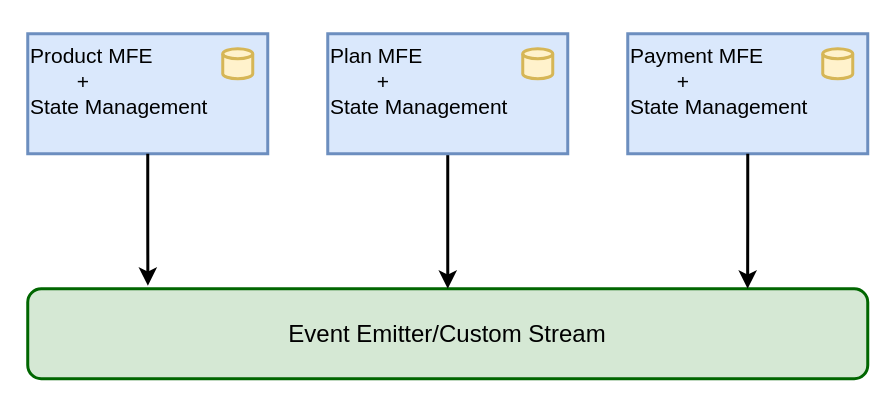
Earlier version of the draw.io diagram page "Page-1" (1 of 7) of src/Untitled Diagram.drawio (vnshtiwari/root-config). Source tidied: cells renumbered, new cells numbered last; positions are measured from the earlier drawing's top-left corner, leaving out a move shared by most shapes. Both pictures are drawn from the tidied source at 150%, with x=0, y=0 at pixel (27, 33).
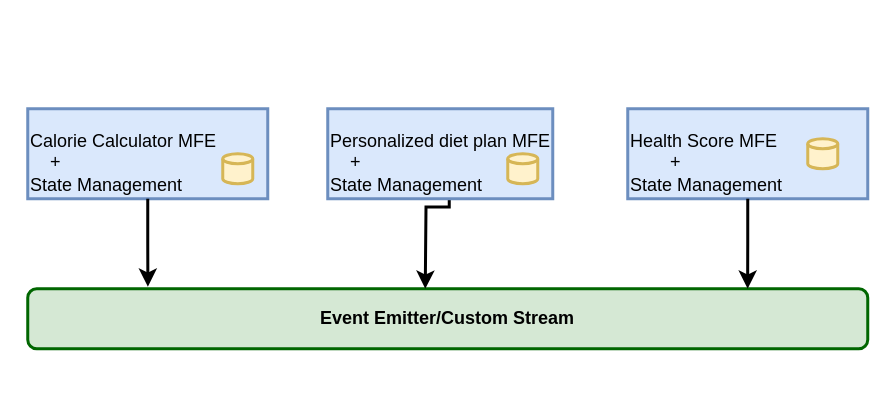
The same diagram, later.

Diff of the diagram source:
```diff
@@
 <mxGraphModel>
   <root>
     <mxCell id="0" />
     <mxCell id="1" parent="0" />
-    <mxCell id="2" value="&lt;font style=&quot;font-size: 16px;&quot;&gt;Event Emitter/Custom Stream&lt;/font&gt;" style="rounded=1;whiteSpace=wrap;html=1;fillColor=#d5e8d4;strokeColor=#006600;strokeWidth=2;" parent="1" vertex="1">
-      <mxGeometry y="170" width="560" height="60" as="geometry" />
+    <mxCell id="2" value="&lt;font style=&quot;font-size: 12px;&quot;&gt;&lt;b&gt;Event Emitter/Custom Stream&lt;/b&gt;&lt;/font&gt;" style="rounded=1;whiteSpace=wrap;html=1;fillColor=#d5e8d4;strokeColor=#006600;strokeWidth=2;" parent="1" vertex="1">
+      <mxGeometry y="170" width="560" height="40" as="geometry" />
     </mxCell>
-    <mxCell id="3" value="&lt;p&gt;&lt;/p&gt;&lt;div style=&quot;&quot;&gt;&lt;span style=&quot;font-size: 14px; background-color: initial;&quot;&gt;Product MFE&lt;/span&gt;&lt;/div&gt;&lt;font style=&quot;font-size: 14px;&quot;&gt;&lt;div style=&quot;&quot;&gt;&lt;span style=&quot;background-color: initial; white-space: pre;&quot;&gt;&#9;&lt;/span&gt;&lt;span style=&quot;background-color: initial;&quot;&gt;+&lt;/span&gt;&lt;/div&gt;&lt;div style=&quot;&quot;&gt;&lt;span style=&quot;background-color: initial;&quot;&gt;State Management&lt;/span&gt;&lt;/div&gt;&lt;/font&gt;&lt;p&gt;&lt;/p&gt;&lt;font style=&quot;&quot;&gt;&lt;div style=&quot;font-size: 14px;&quot;&gt;&lt;br&gt;&lt;/div&gt;&lt;/font&gt;" style="rounded=0;whiteSpace=wrap;html=1;strokeWidth=2;align=left;fillColor=#dae8fc;strokeColor=#6c8ebf;" parent="1" vertex="1">
-      <mxGeometry width="160" height="80" as="geometry" />
+    <mxCell id="3" value="&lt;p&gt;&lt;/p&gt;&lt;div style=&quot;&quot;&gt;Calorie Calculator MFE&lt;br&gt;&lt;/div&gt;&lt;font style=&quot;font-size: 12px;&quot;&gt;&lt;div style=&quot;&quot;&gt;&lt;span style=&quot;background-color: initial;&quot;&gt;&lt;span style=&quot;white-space: pre;&quot;&gt;&amp;nbsp;&amp;nbsp;&amp;nbsp;&amp;nbsp;&lt;/span&gt;&lt;/span&gt;&lt;span style=&quot;background-color: initial;&quot;&gt;+&lt;/span&gt;&lt;/div&gt;&lt;div style=&quot;&quot;&gt;&lt;span style=&quot;background-color: initial;&quot;&gt;State Management&lt;/span&gt;&lt;/div&gt;&lt;/font&gt;" style="rounded=0;whiteSpace=wrap;html=1;strokeWidth=2;align=left;fillColor=#dae8fc;strokeColor=#6c8ebf;" parent="1" vertex="1">
+      <mxGeometry y="50" width="160" height="60" as="geometry" />
     </mxCell>
     <mxCell id="4" style="strokeWidth=2;html=1;shape=mxgraph.flowchart.database;whiteSpace=wrap;fillColor=#fff2cc;strokeColor=#d6b656;" parent="1" vertex="1">
-      <mxGeometry x="130" y="10" width="20" height="20" as="geometry" />
+      <mxGeometry x="130" y="80" width="20" height="20" as="geometry" />
     </mxCell>
-    <mxCell id="5" style="edgeStyle=orthogonalEdgeStyle;rounded=0;jettySize=auto;html=1;entryX=0.5;entryY=0;entryDx=0;entryDy=0;strokeWidth=2;" parent="1" edge="1" source="6" target="2">
-      <mxGeometry relative="1" as="geometry" />
+    <mxCell id="5" style="edgeStyle=orthogonalEdgeStyle;rounded=0;orthogonalLoop=1;jettySize=auto;html=1;entryX=0.5;entryY=0;entryDx=0;entryDy=0;strokeWidth=2;" parent="1" edge="1">
+      <mxGeometry relative="1" as="geometry">
+        <mxPoint x="260" y="60" as="sourcePoint" />
+        <mxPoint x="265" y="170" as="targetPoint" />
+      </mxGeometry>
     </mxCell>
-    <mxCell id="6" value="&lt;p&gt;&lt;/p&gt;&lt;div style=&quot;&quot;&gt;&lt;span style=&quot;font-size: 14px; background-color: initial;&quot;&gt;Plan MFE&lt;/span&gt;&lt;/div&gt;&lt;font style=&quot;font-size: 14px;&quot;&gt;&lt;div style=&quot;&quot;&gt;&lt;span style=&quot;background-color: initial; white-space: pre;&quot;&gt;&#9;&lt;/span&gt;&lt;span style=&quot;background-color: initial;&quot;&gt;+&lt;/span&gt;&lt;/div&gt;&lt;div style=&quot;&quot;&gt;&lt;span style=&quot;background-color: initial;&quot;&gt;State Management&lt;/span&gt;&lt;/div&gt;&lt;/font&gt;&lt;p&gt;&lt;/p&gt;&lt;font style=&quot;&quot;&gt;&lt;div style=&quot;font-size: 14px;&quot;&gt;&lt;br&gt;&lt;/div&gt;&lt;/font&gt;" style="rounded=0;whiteSpace=wrap;html=1;strokeWidth=2;align=left;fillColor=#dae8fc;strokeColor=#6c8ebf;" parent="1" vertex="1">
-      <mxGeometry x="200" width="160" height="80" as="geometry" />
+    <mxCell id="6" value="&lt;p&gt;&lt;/p&gt;&lt;div style=&quot;&quot;&gt;&lt;/div&gt;&lt;font style=&quot;font-size: 12px;&quot;&gt;Personalized diet plan MFE&lt;br&gt;&lt;/font&gt;&lt;font style=&quot;font-size: 12px;&quot;&gt;&lt;div style=&quot;&quot;&gt;&lt;span style=&quot;background-color: initial;&quot;&gt;&lt;span style=&quot;white-space: pre;&quot;&gt;&amp;nbsp;&amp;nbsp;&amp;nbsp;&amp;nbsp;&lt;/span&gt;&lt;/span&gt;&lt;span style=&quot;background-color: initial;&quot;&gt;+&lt;/span&gt;&lt;/div&gt;&lt;div style=&quot;&quot;&gt;&lt;span style=&quot;background-color: initial;&quot;&gt;&lt;font style=&quot;font-size: 12px;&quot;&gt;State Management&lt;/font&gt;&lt;/span&gt;&lt;/div&gt;&lt;/font&gt;" style="rounded=0;whiteSpace=wrap;html=1;strokeWidth=2;align=left;fillColor=#dae8fc;strokeColor=#6c8ebf;" parent="1" vertex="1">
+      <mxGeometry x="200" y="50" width="150" height="60" as="geometry" />
     </mxCell>
-    <mxCell id="7" value="&lt;p&gt;&lt;/p&gt;&lt;div style=&quot;&quot;&gt;&lt;span style=&quot;font-size: 14px; background-color: initial;&quot;&gt;Payment MFE&lt;/span&gt;&lt;/div&gt;&lt;font style=&quot;font-size: 14px;&quot;&gt;&lt;div style=&quot;&quot;&gt;&lt;span style=&quot;background-color: initial; white-space: pre;&quot;&gt;&#9;&lt;/span&gt;&lt;span style=&quot;background-color: initial;&quot;&gt;+&lt;/span&gt;&lt;/div&gt;&lt;div style=&quot;&quot;&gt;&lt;span style=&quot;background-color: initial;&quot;&gt;State Management&lt;/span&gt;&lt;/div&gt;&lt;/font&gt;&lt;p&gt;&lt;/p&gt;&lt;font style=&quot;&quot;&gt;&lt;div style=&quot;font-size: 14px;&quot;&gt;&lt;br&gt;&lt;/div&gt;&lt;/font&gt;" style="rounded=0;whiteSpace=wrap;html=1;strokeWidth=2;align=left;fillColor=#dae8fc;strokeColor=#6c8ebf;" parent="1" vertex="1">
-      <mxGeometry x="400" width="160" height="80" as="geometry" />
+    <mxCell id="7" value="&lt;p&gt;&lt;/p&gt;&lt;div style=&quot;&quot;&gt;&lt;span style=&quot;background-color: initial;&quot;&gt;&lt;font style=&quot;font-size: 12px;&quot;&gt;Health Score MFE&lt;/font&gt;&lt;/span&gt;&lt;/div&gt;&lt;font style=&quot;font-size: 12px;&quot;&gt;&lt;div style=&quot;font-size: 12px;&quot;&gt;&lt;span style=&quot;background-color: initial; white-space: pre;&quot;&gt;&#9;&lt;/span&gt;&lt;span style=&quot;background-color: initial;&quot;&gt;+&lt;/span&gt;&lt;/div&gt;&lt;div style=&quot;&quot;&gt;&lt;span style=&quot;background-color: initial;&quot;&gt;&lt;font style=&quot;font-size: 12px;&quot;&gt;State Management&lt;/font&gt;&lt;/span&gt;&lt;/div&gt;&lt;/font&gt;" style="rounded=0;whiteSpace=wrap;html=1;strokeWidth=2;align=left;fillColor=#dae8fc;strokeColor=#6c8ebf;" parent="1" vertex="1">
+      <mxGeometry x="400" y="50" width="160" height="60" as="geometry" />
     </mxCell>
     <mxCell id="8" style="strokeWidth=2;html=1;shape=mxgraph.flowchart.database;whiteSpace=wrap;fillColor=#fff2cc;strokeColor=#d6b656;" parent="1" vertex="1">
-      <mxGeometry x="330" y="10" width="20" height="20" as="geometry" />
+      <mxGeometry x="320" y="80" width="20" height="20" as="geometry" />
     </mxCell>
     <mxCell id="9" style="strokeWidth=2;html=1;shape=mxgraph.flowchart.database;whiteSpace=wrap;fillColor=#fff2cc;strokeColor=#d6b656;" parent="1" vertex="1">
-      <mxGeometry x="530" y="10" width="20" height="20" as="geometry" />
+      <mxGeometry x="520" y="70" width="20" height="20" as="geometry" />
     </mxCell>
     <mxCell id="10" style="edgeStyle=orthogonalEdgeStyle;rounded=0;jettySize=auto;html=1;entryX=0.143;entryY=-0.033;entryDx=0;entryDy=0;entryPerimeter=0;strokeWidth=2;" parent="1" edge="1" source="3" target="2">
       <mxGeometry relative="1" as="geometry" />
     </mxCell>
     <mxCell id="11" style="edgeStyle=orthogonalEdgeStyle;rounded=0;jettySize=auto;html=1;entryX=0.857;entryY=0;entryDx=0;entryDy=0;entryPerimeter=0;strokeWidth=2;" parent="1" edge="1" source="7" target="2">
       <mxGeometry relative="1" as="geometry" />
     </mxCell>
   </root>
 </mxGraphModel>
```
